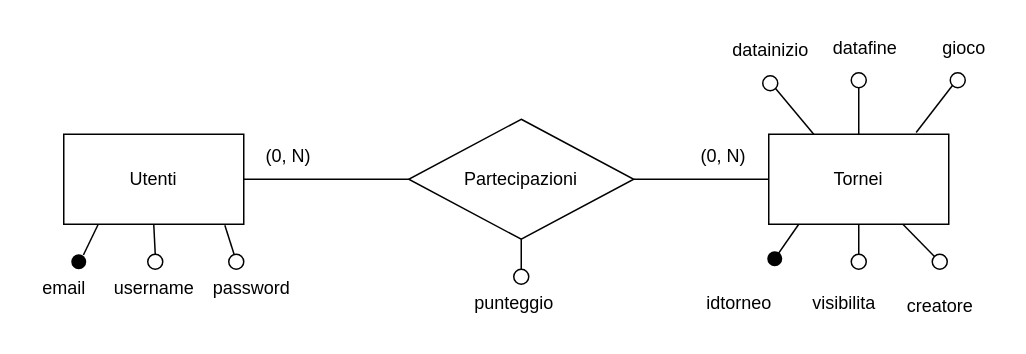
IngSW-unipv/Progetto-K24 keeps this draw.io diagram as EF2/documentazione_progetto/ERADatabase.drawio. Above is the earlier version. Source tidied: cells renumbered, new cells numbered last; positions are measured from the earlier drawing's top-left corner, leaving out a move shared by most shapes. Both pictures are drawn from the tidied source at 150%, with x=0, y=0 at pixel (26, 26).
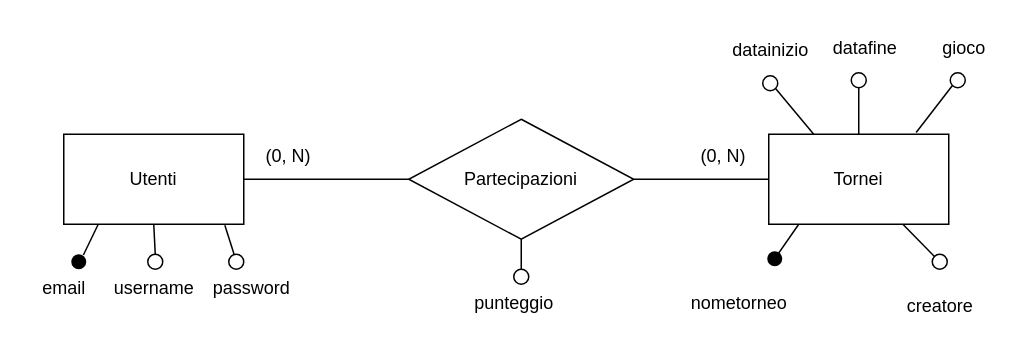
After the change.

The change refers to these unchanged cells:
```xml
<mxCell id="4" value="Tornei" style="rounded=0;whiteSpace=wrap;html=1;" parent="1" vertex="1">
  <mxGeometry x="495" y="72" width="120" height="60" as="geometry" />
</mxCell>
```

What changed in the source:
```diff
@@
-    <mxCell id="21" style="ellipse;html=1;" parent="1" vertex="1">
-      <mxGeometry x="550" y="152" width="10" height="10" as="geometry" />
-    </mxCell>
@@
-    <mxCell id="23" style="endArrow=none;html=1;rounded=0;exitX=0.5;exitY=0;exitDx=0;exitDy=0;entryX=0.5;entryY=1;entryDx=0;entryDy=0;" parent="1" edge="1" source="21" target="4">
-      <mxGeometry relative="1" as="geometry" />
-    </mxCell>
@@
-    <mxCell id="35" value="idtorneo" style="text;html=1;align=center;verticalAlign=middle;strokeColor=none;fillColor=none;" parent="1" vertex="1">
-      <mxGeometry x="440" y="170" width="70" height="30" as="geometry" />
+    <mxCell id="35" value="nometorneo" style="text;html=1;align=center;verticalAlign=middle;strokeColor=none;fillColor=none;" parent="1" vertex="1">
+      <mxGeometry x="430" y="170" width="90" height="30" as="geometry" />
     </mxCell>
-    <mxCell id="36" value="visibilita" style="text;html=1;align=center;verticalAlign=middle;strokeColor=none;fillColor=none;" parent="1" vertex="1">
-      <mxGeometry x="510" y="170" width="70" height="30" as="geometry" />
-    </mxCell>
```
